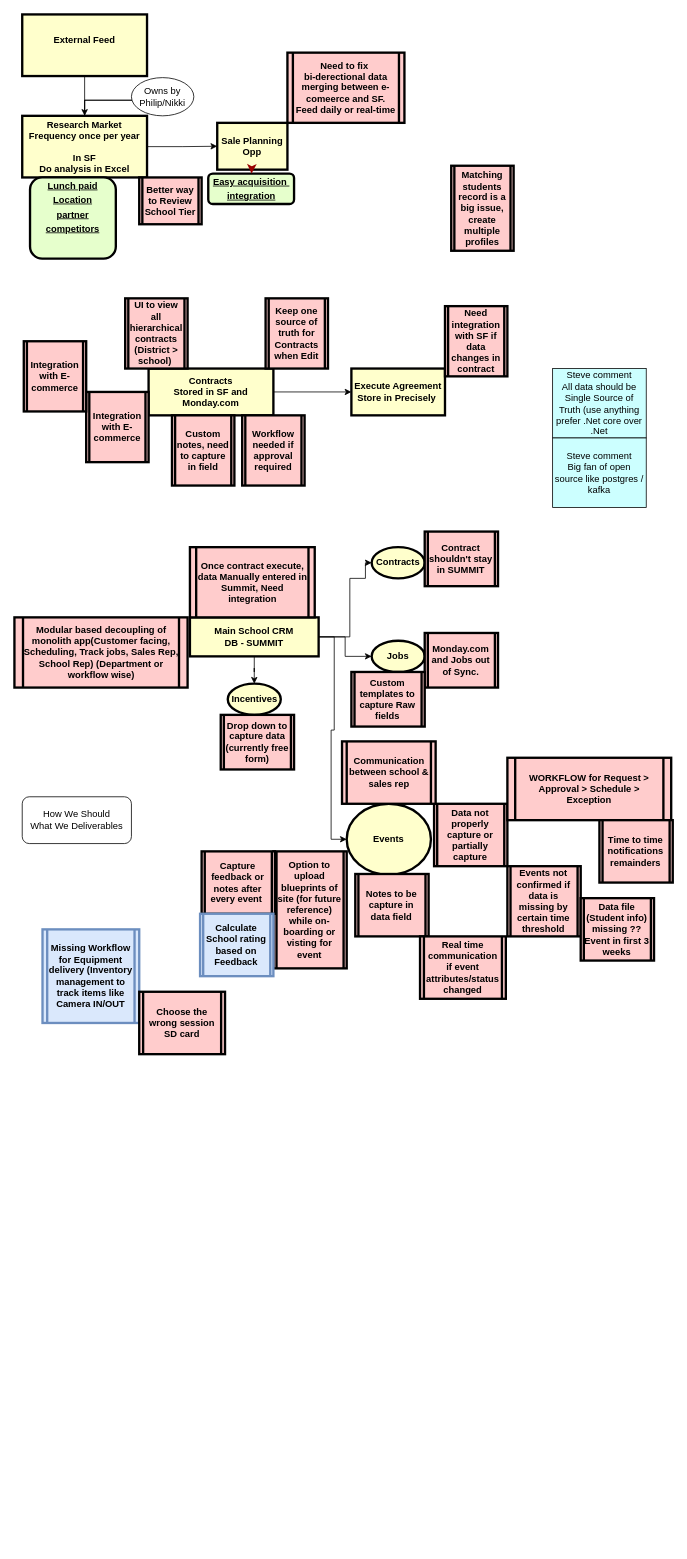
The draw.io diagram flow1.drawio in ai-next-zen/diagrams, before the edit. Source tidied: cells renumbered, new cells numbered last; positions are measured from the earlier drawing's top-left corner, leaving out a move shared by most shapes. Both pictures are drawn from the tidied source at 78%, with x=0, y=0 at pixel (14, 14).
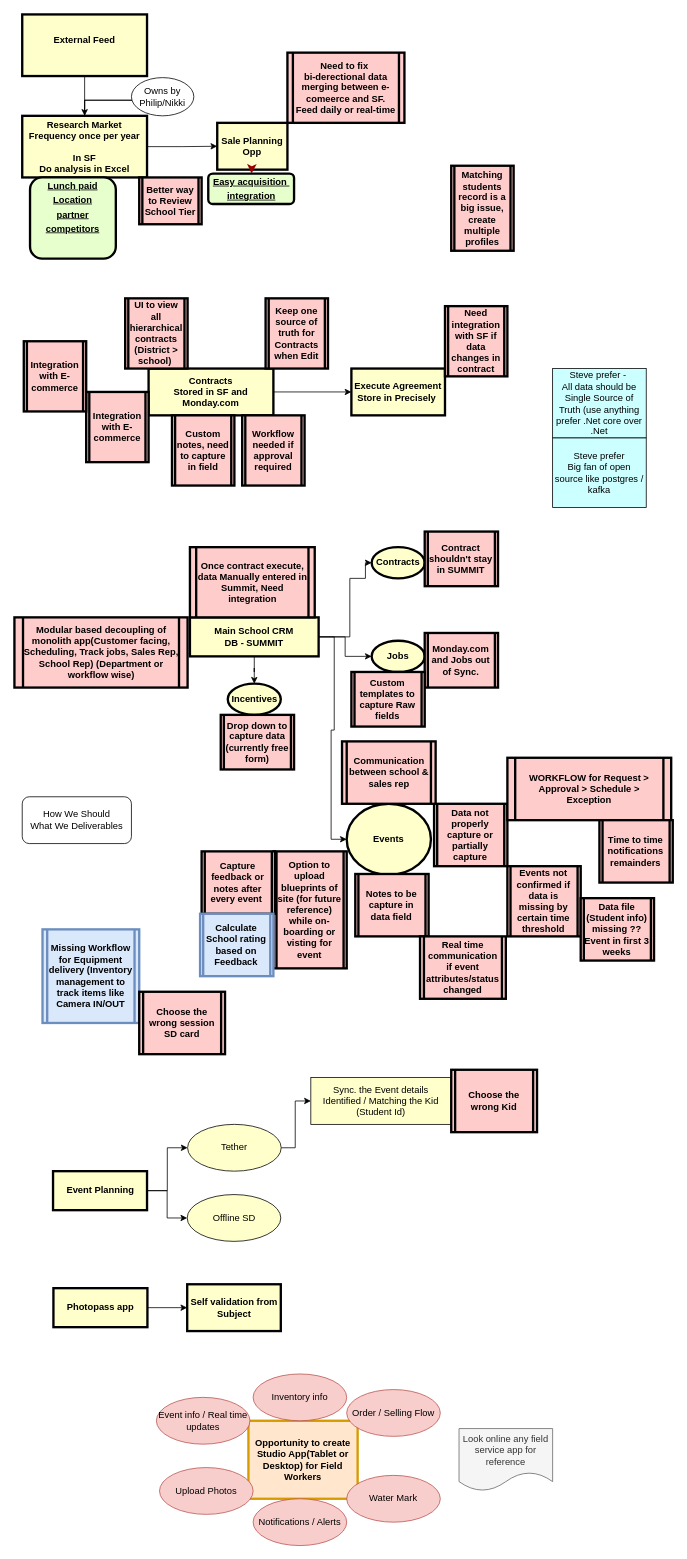
The same diagram, later.

The edit, as a diff of the source:
```diff
@@
-    <mxCell id="39" value="Steve comment&lt;br&gt;All data should be Single Source of Truth (use anything prefer .Net core over .Net" style="rounded=0;whiteSpace=wrap;html=1;fillColor=#CCFFFF;" parent="1" vertex="1">
+    <mxCell id="39" value="Steve prefer -&amp;nbsp;&lt;br&gt;All data should be Single Source of Truth (use anything prefer .Net core over .Net" style="rounded=0;whiteSpace=wrap;html=1;fillColor=#CCFFFF;" parent="1" vertex="1">
       <mxGeometry x="690" y="454" width="120" height="89" as="geometry" />
     </mxCell>
@@
-    <mxCell id="53" value="Steve comment&lt;br&gt;Big fan of open source like postgres / kafka" style="rounded=0;whiteSpace=wrap;html=1;fillColor=#CCFFFF;" parent="1" vertex="1">
+    <mxCell id="53" value="Steve prefer&lt;br&gt;Big fan of open source like postgres / kafka" style="rounded=0;whiteSpace=wrap;html=1;fillColor=#CCFFFF;" parent="1" vertex="1">
       <mxGeometry x="690" y="543" width="120" height="89" as="geometry" />
     </mxCell>
@@
+    <mxCell id="57" style="edgeStyle=orthogonalEdgeStyle;rounded=0;jettySize=auto;html=1;entryX=0;entryY=0.5;entryDx=0;entryDy=0;exitX=1;exitY=0.5;exitDx=0;exitDy=0;" parent="1" edge="1" source="59" target="61">
+      <mxGeometry relative="1" as="geometry" />
+    </mxCell>
+    <mxCell id="58" style="edgeStyle=orthogonalEdgeStyle;rounded=0;jettySize=auto;html=1;entryX=0;entryY=0.5;entryDx=0;entryDy=0;" parent="1" edge="1" source="59" target="62">
+      <mxGeometry relative="1" as="geometry" />
+    </mxCell>
+    <mxCell id="59" value="Event Planning" style="whiteSpace=wrap;align=center;verticalAlign=middle;fontStyle=1;strokeWidth=3;fillColor=#FFFFCC;" parent="1" vertex="1">
+      <mxGeometry x="49.5" y="1483" width="120.5" height="50" as="geometry" />
+    </mxCell>
+    <mxCell id="60" style="edgeStyle=orthogonalEdgeStyle;rounded=0;jettySize=auto;html=1;" parent="1" edge="1" source="61" target="63">
+      <mxGeometry relative="1" as="geometry">
+        <Array as="points">
+          <mxPoint x="360" y="1453" />
+          <mxPoint x="360" y="1393" />
+        </Array>
+      </mxGeometry>
+    </mxCell>
+    <mxCell id="61" value="Tether" style="ellipse;whiteSpace=wrap;html=1;fillColor=#FFFFCC;" parent="1" vertex="1">
+      <mxGeometry x="222" y="1423" width="120" height="60" as="geometry" />
+    </mxCell>
+    <mxCell id="62" value="Offline SD" style="ellipse;whiteSpace=wrap;html=1;strokeColor=default;align=center;verticalAlign=middle;fontFamily=Helvetica;fontSize=12;fontColor=default;fillColor=#FFFFCC;" parent="1" vertex="1">
+      <mxGeometry x="221.5" y="1513" width="120" height="60" as="geometry" />
+    </mxCell>
+    <mxCell id="63" value="Sync. the Event details&lt;div&gt;Identified /&amp;nbsp;&lt;span style=&quot;background-color: transparent; color: light-dark(rgb(0, 0, 0), rgb(255, 255, 255));&quot;&gt;Matching&amp;nbsp;&lt;/span&gt;&lt;span style=&quot;background-color: transparent; color: light-dark(rgb(0, 0, 0), rgb(255, 255, 255));&quot;&gt;the Kid&lt;/span&gt;&lt;/div&gt;&lt;div&gt;(Student Id)&lt;/div&gt;&lt;div&gt;&lt;/div&gt;" style="whiteSpace=wrap;html=1;fillColor=#FFFFCC;" parent="1" vertex="1">
+      <mxGeometry x="380" y="1363" width="180" height="60" as="geometry" />
+    </mxCell>
+    <mxCell id="64" value="Choose the wrong Kid" style="shape=process;whiteSpace=wrap;align=center;verticalAlign=middle;size=0.0475;fontStyle=1;strokeWidth=3;fillColor=#FFCCCC;" parent="1" vertex="1">
+      <mxGeometry x="560" y="1353" width="110" height="80" as="geometry" />
+    </mxCell>
+    <mxCell id="65" style="edgeStyle=orthogonalEdgeStyle;rounded=0;jettySize=auto;html=1;" parent="1" edge="1" source="66" target="67">
+      <mxGeometry relative="1" as="geometry" />
+    </mxCell>
+    <mxCell id="66" value="Photopass app" style="whiteSpace=wrap;align=center;verticalAlign=middle;fontStyle=1;strokeWidth=3;fillColor=#FFFFCC;" parent="1" vertex="1">
+      <mxGeometry x="50" y="1633" width="120.5" height="50" as="geometry" />
+    </mxCell>
+    <mxCell id="67" value="Self validation from Subject" style="whiteSpace=wrap;html=1;fillColor=#FFFFCC;fontStyle=1;strokeWidth=3;" parent="1" vertex="1">
+      <mxGeometry x="221.5" y="1628" width="120" height="60" as="geometry" />
+    </mxCell>
+    <mxCell id="68" value="Opportunity to create Studio App(Tablet or Desktop) for Field Workers" style="whiteSpace=wrap;html=1;fillColor=#ffe6cc;fontStyle=1;strokeWidth=3;strokeColor=#d79b00;" parent="1" vertex="1">
+      <mxGeometry x="300" y="1803" width="140" height="100" as="geometry" />
+    </mxCell>
+    <mxCell id="69" value="Water Mark" style="ellipse;whiteSpace=wrap;html=1;strokeColor=#b85450;align=center;verticalAlign=middle;fontFamily=Helvetica;fontSize=12;fillColor=#f8cecc;" parent="1" vertex="1">
+      <mxGeometry x="426" y="1873" width="120" height="60" as="geometry" />
+    </mxCell>
+    <mxCell id="70" value="Order / Selling Flow" style="ellipse;whiteSpace=wrap;html=1;strokeColor=#b85450;align=center;verticalAlign=middle;fontFamily=Helvetica;fontSize=12;fillColor=#f8cecc;" parent="1" vertex="1">
+      <mxGeometry x="426" y="1763" width="120" height="60" as="geometry" />
+    </mxCell>
+    <mxCell id="71" value="Event info / Real time updates" style="ellipse;whiteSpace=wrap;html=1;strokeColor=#b85450;align=center;verticalAlign=middle;fontFamily=Helvetica;fontSize=12;fillColor=#f8cecc;" parent="1" vertex="1">
+      <mxGeometry x="182" y="1773" width="120" height="60" as="geometry" />
+    </mxCell>
+    <mxCell id="72" value="Upload Photos" style="ellipse;whiteSpace=wrap;html=1;strokeColor=#b85450;align=center;verticalAlign=middle;fontFamily=Helvetica;fontSize=12;fillColor=#f8cecc;" parent="1" vertex="1">
+      <mxGeometry x="186" y="1863" width="120" height="60" as="geometry" />
+    </mxCell>
+    <mxCell id="73" value="Look online any field service app for reference" style="shape=document;whiteSpace=wrap;html=1;boundedLbl=1;fillColor=#f5f5f5;fontColor=#333333;strokeColor=#666666;" parent="1" vertex="1">
+      <mxGeometry x="570" y="1813" width="120" height="80" as="geometry" />
+    </mxCell>
+    <mxCell id="74" value="Inventory info" style="ellipse;whiteSpace=wrap;html=1;strokeColor=#b85450;align=center;verticalAlign=middle;fontFamily=Helvetica;fontSize=12;fillColor=#f8cecc;" parent="1" vertex="1">
+      <mxGeometry x="306" y="1743" width="120" height="60" as="geometry" />
+    </mxCell>
+    <mxCell id="75" value="Notifications / Alerts" style="ellipse;whiteSpace=wrap;html=1;strokeColor=#b85450;align=center;verticalAlign=middle;fontFamily=Helvetica;fontSize=12;fillColor=#f8cecc;" parent="1" vertex="1">
+      <mxGeometry x="306" y="1903" width="120" height="60" as="geometry" />
+    </mxCell>
```
